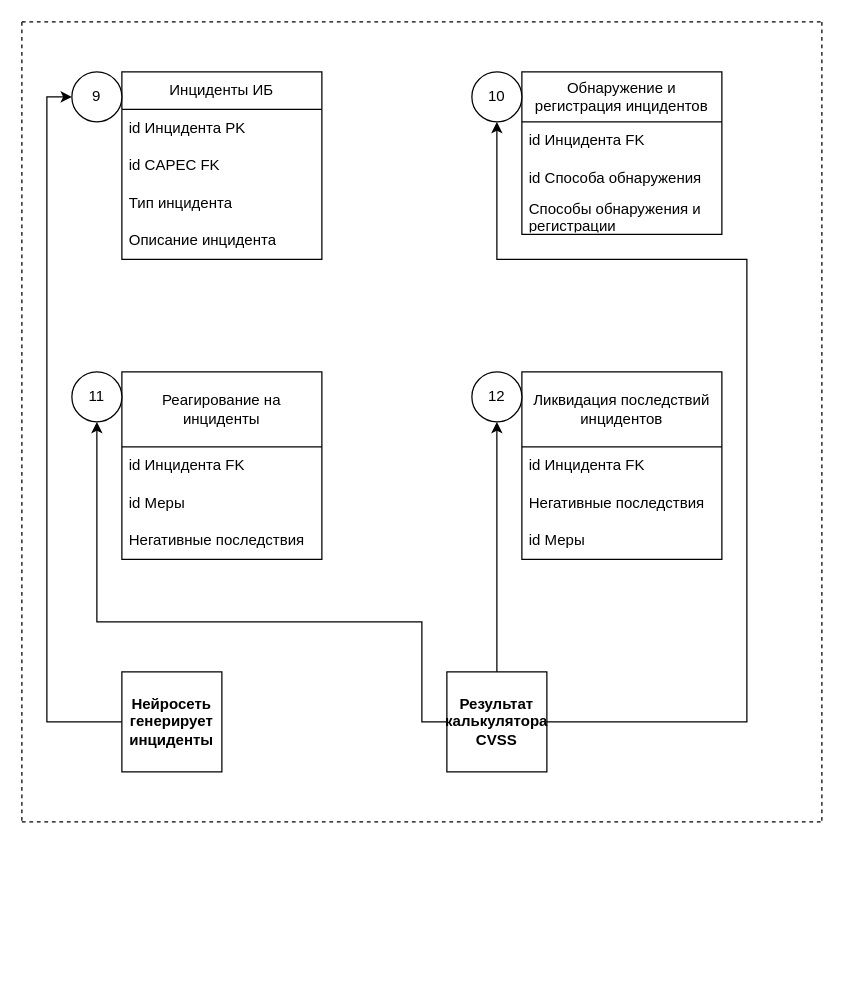
Above: (Обновленная схема ОПЗ) Частные регламенты.drawio in SmirnovBogdan8/Diplom (draw.io), before the change. Source tidied: cells renumbered, new cells numbered last; positions are measured from the earlier drawing's top-left corner, leaving out a move shared by most shapes. Both pictures are drawn from the tidied source at 125%, with x=0, y=0 at pixel (21, 21).
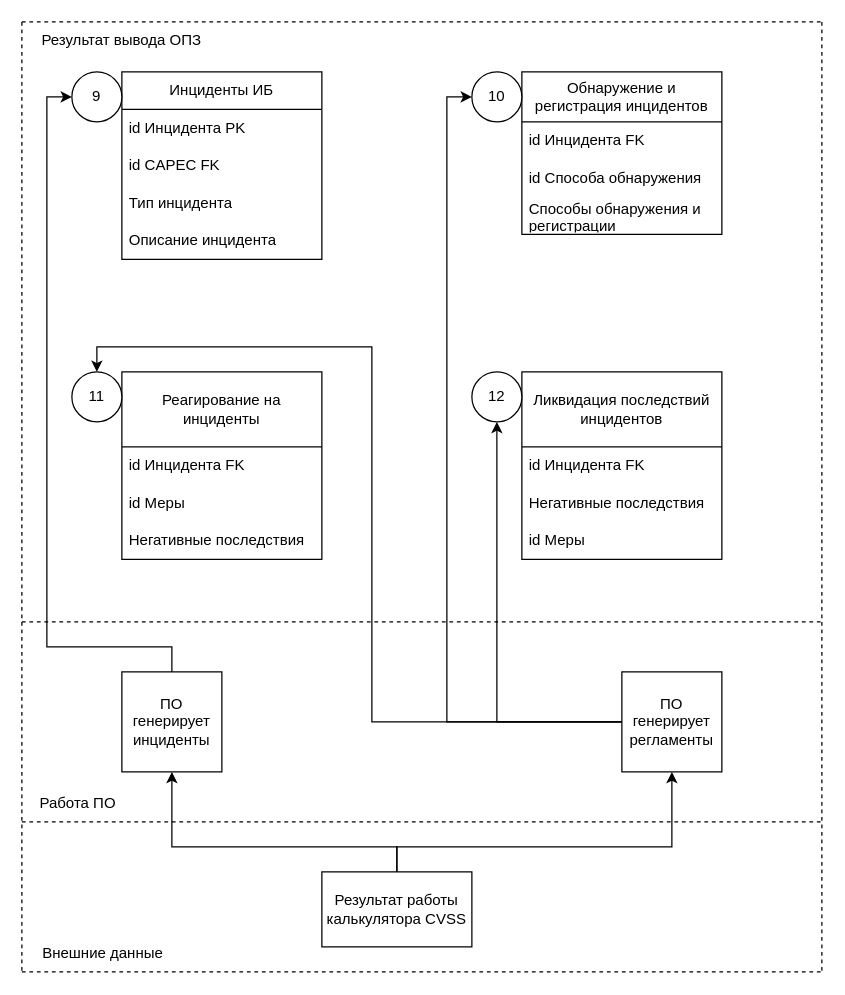
The same diagram, later.

Unchanged cells that the change refers to:
```xml
<mxCell id="29" value="9" style="ellipse;whiteSpace=wrap;html=1;" parent="1" vertex="1">
  <mxGeometry x="40" y="40" width="40" height="40" as="geometry" />
</mxCell>
<mxCell id="30" value="10" style="ellipse;whiteSpace=wrap;html=1;" parent="1" vertex="1">
  <mxGeometry x="360" y="40" width="40" height="40" as="geometry" />
</mxCell>
<mxCell id="31" value="11" style="ellipse;whiteSpace=wrap;html=1;" parent="1" vertex="1">
  <mxGeometry x="40" y="280" width="40" height="40" as="geometry" />
</mxCell>
<mxCell id="32" value="12" style="ellipse;whiteSpace=wrap;html=1;" parent="1" vertex="1">
  <mxGeometry x="360" y="280" width="40" height="40" as="geometry" />
</mxCell>
```

What changed in the source:
```diff
@@
     <mxCell id="3" style="endArrow=none;dashed=1;html=1;rounded=0;" parent="1" edge="1">
       <mxGeometry relative="1" as="geometry">
-        <mxPoint y="640" as="sourcePoint" />
-        <mxPoint x="640" y="640" as="targetPoint" />
+        <mxPoint y="480" as="sourcePoint" />
+        <mxPoint x="640" y="480" as="targetPoint" />
       </mxGeometry>
     </mxCell>
     <mxCell id="4" style="endArrow=none;dashed=1;html=1;rounded=0;" parent="1" edge="1">
       <mxGeometry relative="1" as="geometry">
         <mxPoint as="sourcePoint" />
-        <mxPoint y="640" as="targetPoint" />
+        <mxPoint y="760" as="targetPoint" />
       </mxGeometry>
     </mxCell>
     <mxCell id="5" style="endArrow=none;dashed=1;html=1;rounded=0;" parent="1" edge="1">
       <mxGeometry relative="1" as="geometry">
         <mxPoint x="640" as="sourcePoint" />
-        <mxPoint x="640" y="640" as="targetPoint" />
+        <mxPoint x="640" y="760" as="targetPoint" />
       </mxGeometry>
     </mxCell>
@@
-    <mxCell id="23" style="edgeStyle=orthogonalEdgeStyle;rounded=0;jettySize=auto;html=1;exitX=1;exitY=0.5;exitDx=0;exitDy=0;entryX=0.5;entryY=1;entryDx=0;entryDy=0;" parent="1" edge="1" source="26" target="30">
-      <mxGeometry relative="1" as="geometry">
-        <Array as="points">
-          <mxPoint x="580" y="560" />
-          <mxPoint x="580" y="190" />
-          <mxPoint x="380" y="190" />
-        </Array>
-      </mxGeometry>
-    </mxCell>
-    <mxCell id="24" style="edgeStyle=orthogonalEdgeStyle;rounded=0;jettySize=auto;html=1;exitX=0.5;exitY=0;exitDx=0;exitDy=0;entryX=0.5;entryY=1;entryDx=0;entryDy=0;" parent="1" edge="1" source="26" target="32">
-      <mxGeometry relative="1" as="geometry" />
-    </mxCell>
-    <mxCell id="25" style="edgeStyle=orthogonalEdgeStyle;rounded=0;jettySize=auto;html=1;exitX=0;exitY=0.5;exitDx=0;exitDy=0;entryX=0.5;entryY=1;entryDx=0;entryDy=0;" parent="1" edge="1" source="26" target="31">
-      <mxGeometry relative="1" as="geometry">
-        <Array as="points">
-          <mxPoint x="320" y="560" />
-          <mxPoint x="320" y="480" />
-          <mxPoint x="60" y="480" />
-        </Array>
-      </mxGeometry>
-    </mxCell>
-    <mxCell id="26" value="&lt;b&gt;Результат калькулятора CVSS&lt;/b&gt;" style="whiteSpace=wrap;html=1;" parent="1" vertex="1">
-      <mxGeometry x="340" y="520" width="80" height="80" as="geometry" />
-    </mxCell>
-    <mxCell id="27" style="edgeStyle=orthogonalEdgeStyle;rounded=0;jettySize=auto;html=1;exitX=0;exitY=0.5;exitDx=0;exitDy=0;entryX=0;entryY=0.5;entryDx=0;entryDy=0;" parent="1" edge="1" source="28" target="29">
-      <mxGeometry relative="1" as="geometry" />
+    <mxCell id="27" style="edgeStyle=orthogonalEdgeStyle;rounded=0;jettySize=auto;html=1;exitX=0.5;exitY=0;exitDx=0;exitDy=0;entryX=0;entryY=0.5;entryDx=0;entryDy=0;" parent="1" edge="1" source="28" target="29">
+      <mxGeometry relative="1" as="geometry">
+        <Array as="points">
+          <mxPoint x="120" y="500" />
+          <mxPoint x="20" y="500" />
+          <mxPoint x="20" y="60" />
+        </Array>
+      </mxGeometry>
     </mxCell>
-    <mxCell id="28" value="&lt;b&gt;Нейросеть генерирует инциденты&lt;/b&gt;" style="whiteSpace=wrap;html=1;" parent="1" vertex="1">
+    <mxCell id="28" value="ПО генерирует инциденты" style="whiteSpace=wrap;html=1;" parent="1" vertex="1">
       <mxGeometry x="80" y="520" width="80" height="80" as="geometry" />
     </mxCell>
@@
+    <mxCell id="33" style="endArrow=none;dashed=1;html=1;rounded=0;" parent="1" edge="1">
+      <mxGeometry relative="1" as="geometry">
+        <mxPoint y="640" as="sourcePoint" />
+        <mxPoint x="640" y="640" as="targetPoint" />
+      </mxGeometry>
+    </mxCell>
+    <mxCell id="34" style="edgeStyle=orthogonalEdgeStyle;rounded=0;jettySize=auto;html=1;exitX=0.5;exitY=0;exitDx=0;exitDy=0;entryX=0.5;entryY=1;entryDx=0;entryDy=0;" parent="1" edge="1" source="36" target="28">
+      <mxGeometry relative="1" as="geometry">
+        <Array as="points">
+          <mxPoint x="300" y="660" />
+          <mxPoint x="120" y="660" />
+        </Array>
+      </mxGeometry>
+    </mxCell>
+    <mxCell id="35" style="edgeStyle=orthogonalEdgeStyle;rounded=0;jettySize=auto;html=1;exitX=0.5;exitY=0;exitDx=0;exitDy=0;entryX=0.5;entryY=1;entryDx=0;entryDy=0;" parent="1" edge="1" source="36" target="41">
+      <mxGeometry relative="1" as="geometry">
+        <Array as="points">
+          <mxPoint x="300" y="660" />
+          <mxPoint x="520" y="660" />
+        </Array>
+      </mxGeometry>
+    </mxCell>
+    <mxCell id="36" value="Результат работы калькулятора CVSS" style="rounded=0;whiteSpace=wrap;html=1;" parent="1" vertex="1">
+      <mxGeometry x="240" y="680" width="120" height="60" as="geometry" />
+    </mxCell>
+    <mxCell id="37" style="endArrow=none;dashed=1;html=1;rounded=0;" parent="1" edge="1">
+      <mxGeometry relative="1" as="geometry">
+        <mxPoint y="760" as="sourcePoint" />
+        <mxPoint x="640" y="760" as="targetPoint" />
+      </mxGeometry>
+    </mxCell>
+    <mxCell id="38" style="edgeStyle=orthogonalEdgeStyle;rounded=0;jettySize=auto;html=1;exitX=0;exitY=0.5;exitDx=0;exitDy=0;entryX=0.5;entryY=0;entryDx=0;entryDy=0;" parent="1" edge="1" source="41" target="31">
+      <mxGeometry relative="1" as="geometry" />
+    </mxCell>
+    <mxCell id="39" style="edgeStyle=orthogonalEdgeStyle;rounded=0;jettySize=auto;html=1;exitX=0;exitY=0.5;exitDx=0;exitDy=0;entryX=0.5;entryY=1;entryDx=0;entryDy=0;" parent="1" edge="1" source="41" target="32">
+      <mxGeometry relative="1" as="geometry" />
+    </mxCell>
+    <mxCell id="40" style="edgeStyle=orthogonalEdgeStyle;rounded=0;jettySize=auto;html=1;exitX=0;exitY=0.5;exitDx=0;exitDy=0;entryX=0;entryY=0.5;entryDx=0;entryDy=0;" parent="1" edge="1" source="41" target="30">
+      <mxGeometry relative="1" as="geometry" />
+    </mxCell>
+    <mxCell id="41" value="ПО генерирует регламенты" style="whiteSpace=wrap;html=1;" parent="1" vertex="1">
+      <mxGeometry x="480" y="520" width="80" height="80" as="geometry" />
+    </mxCell>
+    <mxCell id="42" value="Результат вывода ОПЗ" style="text;html=1;align=center;verticalAlign=middle;whiteSpace=wrap;rounded=0;" parent="1" vertex="1">
+      <mxGeometry width="160" height="30" as="geometry" />
+    </mxCell>
+    <mxCell id="43" value="Работа ПО" style="text;html=1;align=center;verticalAlign=middle;whiteSpace=wrap;rounded=0;" parent="1" vertex="1">
+      <mxGeometry y="610" width="90" height="30" as="geometry" />
+    </mxCell>
+    <mxCell id="44" value="Внешние данные" style="text;html=1;align=center;verticalAlign=middle;whiteSpace=wrap;rounded=0;" parent="1" vertex="1">
+      <mxGeometry y="730" width="130" height="30" as="geometry" />
+    </mxCell>
```
